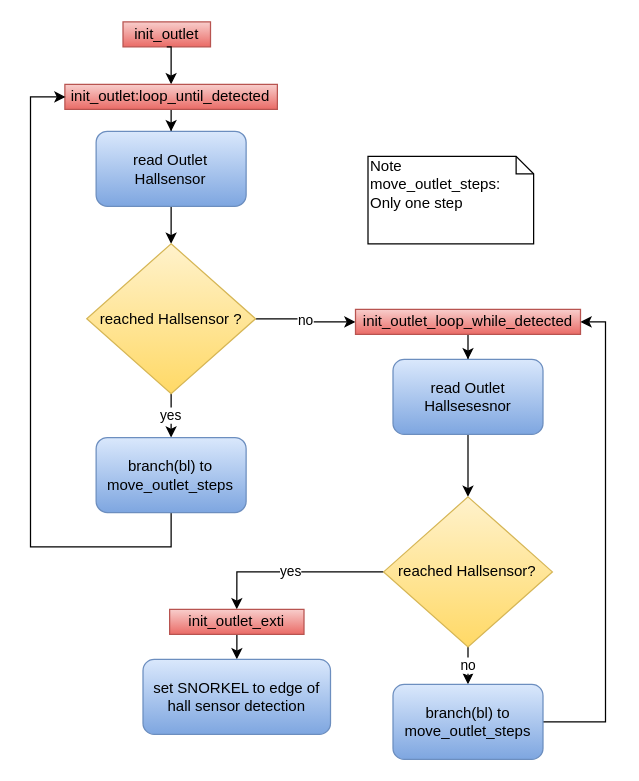
The draw.io diagram diagrams/Programmablauf_init_outlet.drawio in DerToaster98/SysProgTIT18, before the edit. Source tidied: cells renumbered, new cells numbered last; positions are measured from the earlier drawing's top-left corner, leaving out a move shared by most shapes. Both pictures are drawn from the tidied source at 125%, with x=0, y=0 at pixel (30, 21).
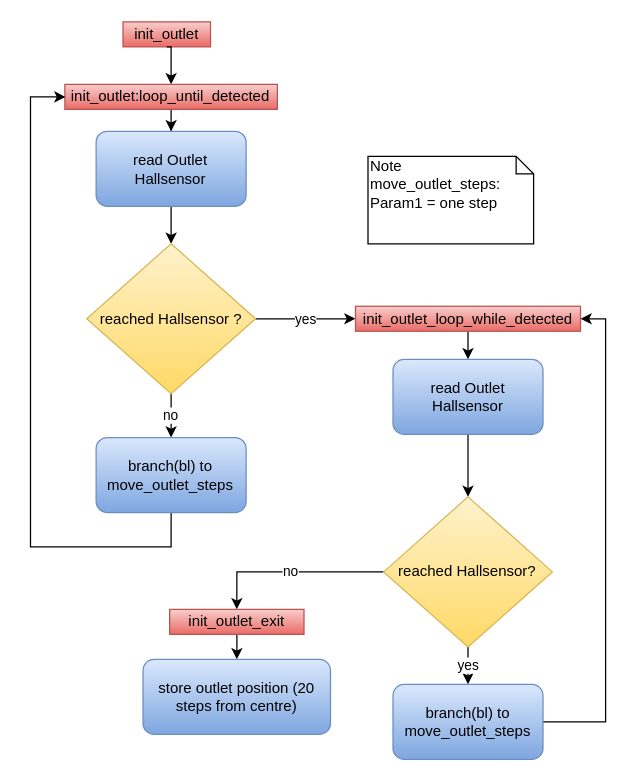
After the change.

Unchanged cells that the change refers to:
```xml
<mxCell id="10" value="reached Hallsensor ?" style="rhombus;whiteSpace=wrap;html=1;gradientColor=#ffd966;fillColor=#fff2cc;strokeColor=#d6b656;" parent="1" vertex="1">
  <mxGeometry x="44.9" y="177.5" width="135" height="120" as="geometry" />
</mxCell>
<mxCell id="12" value="branch(bl) to move_outlet_steps" style="rounded=1;whiteSpace=wrap;html=1;gradientColor=#7ea6e0;fillColor=#dae8fc;strokeColor=#6c8ebf;" parent="1" vertex="1">
  <mxGeometry x="52.4" y="332.5" width="120" height="60" as="geometry" />
</mxCell>
<mxCell id="19" value="reached Hallsensor?" style="rhombus;whiteSpace=wrap;html=1;gradientColor=#ffd966;fillColor=#fff2cc;strokeColor=#d6b656;" parent="1" vertex="1">
  <mxGeometry x="282.4" y="380" width="135" height="120" as="geometry" />
</mxCell>
<mxCell id="21" value="branch(bl) to move_outlet_steps" style="rounded=1;whiteSpace=wrap;html=1;gradientColor=#7ea6e0;fillColor=#dae8fc;strokeColor=#6c8ebf;" parent="1" vertex="1">
  <mxGeometry x="289.9" y="530" width="120" height="60" as="geometry" />
</mxCell>
```

The edit, as a diff of the source:
```diff
@@
-    <mxCell id="8" value="no" style="edgeStyle=orthogonalEdgeStyle;rounded=0;jettySize=auto;html=1;entryX=0;entryY=0.5;entryDx=0;entryDy=0;" parent="1" edge="1" source="10" target="14">
-      <mxGeometry relative="1" as="geometry" />
+    <mxCell id="8" value="yes" style="edgeStyle=orthogonalEdgeStyle;rounded=0;jettySize=auto;html=1;entryX=0;entryY=0.5;entryDx=0;entryDy=0;" parent="1" edge="1" source="10" target="14">
+      <mxGeometry relative="1" as="geometry">
+        <Array as="points">
+          <mxPoint x="240" y="238" />
+          <mxPoint x="240" y="238" />
+        </Array>
+      </mxGeometry>
     </mxCell>
-    <mxCell id="9" value="yes" style="edgeStyle=orthogonalEdgeStyle;rounded=0;jettySize=auto;html=1;" parent="1" edge="1" source="10" target="12">
+    <mxCell id="9" value="no" style="edgeStyle=orthogonalEdgeStyle;rounded=0;jettySize=auto;html=1;" parent="1" edge="1" source="10" target="12">
       <mxGeometry relative="1" as="geometry" />
     </mxCell>
@@
     <mxCell id="14" value="init_outlet_loop_while_detected" style="text;html=1;strokeColor=#b85450;fillColor=#f8cecc;align=center;verticalAlign=middle;whiteSpace=wrap;rounded=0;gradientColor=#ea6b66;" parent="1" vertex="1">
-      <mxGeometry x="259.9" y="230" width="180" height="20" as="geometry" />
+      <mxGeometry x="259.9" y="227.5" width="180" height="20" as="geometry" />
     </mxCell>
@@
-    <mxCell id="16" value="read Outlet Hallsesesnor" style="rounded=1;whiteSpace=wrap;html=1;gradientColor=#7ea6e0;fillColor=#dae8fc;strokeColor=#6c8ebf;" parent="1" vertex="1">
+    <mxCell id="16" value="read Outlet Hallsensor" style="rounded=1;whiteSpace=wrap;html=1;gradientColor=#7ea6e0;fillColor=#dae8fc;strokeColor=#6c8ebf;" parent="1" vertex="1">
       <mxGeometry x="289.9" y="270" width="120" height="60" as="geometry" />
     </mxCell>
-    <mxCell id="17" value="no" style="edgeStyle=orthogonalEdgeStyle;rounded=0;jettySize=auto;html=1;strokeColor=#000000;" parent="1" edge="1" source="19" target="21">
+    <mxCell id="17" value="yes" style="edgeStyle=orthogonalEdgeStyle;rounded=0;jettySize=auto;html=1;strokeColor=#000000;" parent="1" edge="1" source="19" target="21">
       <mxGeometry relative="1" as="geometry" />
     </mxCell>
-    <mxCell id="18" value="yes" style="edgeStyle=orthogonalEdgeStyle;rounded=0;jettySize=auto;html=1;entryX=0.5;entryY=0;entryDx=0;entryDy=0;" parent="1" edge="1" source="19" target="23">
+    <mxCell id="18" value="no" style="edgeStyle=orthogonalEdgeStyle;rounded=0;jettySize=auto;html=1;entryX=0.5;entryY=0;entryDx=0;entryDy=0;" parent="1" edge="1" source="19" target="23">
       <mxGeometry relative="1" as="geometry" />
     </mxCell>
@@
     <mxCell id="20" style="edgeStyle=orthogonalEdgeStyle;rounded=0;jettySize=auto;html=1;entryX=1;entryY=0.5;entryDx=0;entryDy=0;" parent="1" edge="1" source="21" target="14">
       <mxGeometry relative="1" as="geometry">
         <Array as="points">
-          <mxPoint x="459.9" y="560" />
-          <mxPoint x="459.9" y="240" />
+          <mxPoint x="460" y="560" />
+          <mxPoint x="460" y="238" />
         </Array>
       </mxGeometry>
     </mxCell>
@@
-    <mxCell id="23" value="init_outlet_exti" style="text;html=1;strokeColor=#b85450;fillColor=#f8cecc;align=center;verticalAlign=middle;whiteSpace=wrap;rounded=0;gradientColor=#ea6b66;" parent="1" vertex="1">
+    <mxCell id="23" value="init_outlet_exit" style="text;html=1;strokeColor=#b85450;fillColor=#f8cecc;align=center;verticalAlign=middle;whiteSpace=wrap;rounded=0;gradientColor=#ea6b66;" parent="1" vertex="1">
       <mxGeometry x="111.2" y="470" width="107.5" height="20" as="geometry" />
     </mxCell>
-    <mxCell id="24" value="set SNORKEL to&amp;nbsp;edge of hall sensor detection" style="rounded=1;whiteSpace=wrap;html=1;gradientColor=#7ea6e0;fillColor=#dae8fc;strokeColor=#6c8ebf;" parent="1" vertex="1">
+    <mxCell id="24" value="store outlet position (20 steps from centre)" style="rounded=1;whiteSpace=wrap;html=1;gradientColor=#7ea6e0;fillColor=#dae8fc;strokeColor=#6c8ebf;" parent="1" vertex="1">
       <mxGeometry x="89.9" y="510" width="150" height="60" as="geometry" />
     </mxCell>
-    <mxCell id="25" value="Note&lt;br&gt;move_outlet_steps:&lt;br&gt;Only one step" style="shape=note;whiteSpace=wrap;html=1;size=14;verticalAlign=top;align=left;spacingTop=-6;" parent="1" vertex="1">
+    <mxCell id="25" value="Note&lt;br&gt;move_outlet_steps:&lt;br&gt;Param1 = one step" style="shape=note;whiteSpace=wrap;html=1;size=14;verticalAlign=top;align=left;spacingTop=-6;" parent="1" vertex="1">
       <mxGeometry x="269.9" y="107.5" width="132.5" height="70" as="geometry" />
     </mxCell>
```
